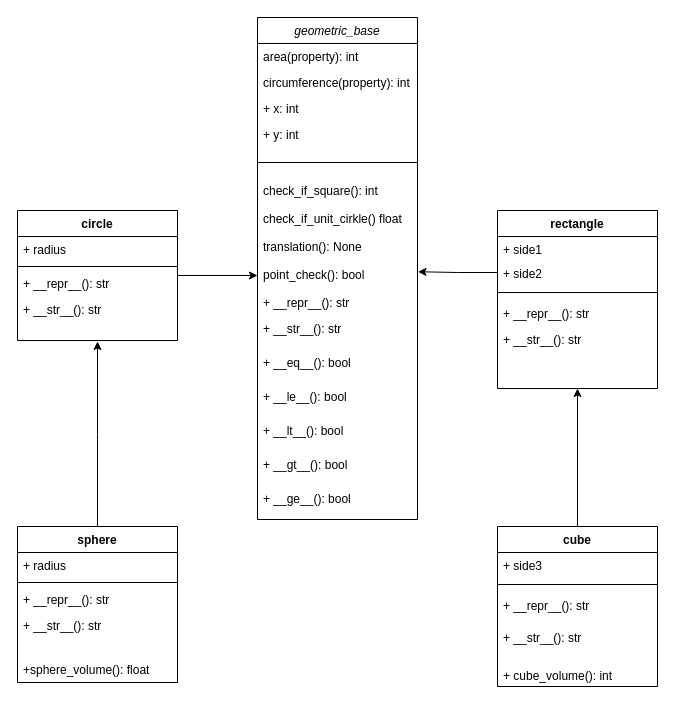
Above: Labs/Untitled Diagram.drawio in koop46/Python_Alejandro_Martinez (draw.io), before the change. Source tidied: cells renumbered, new cells numbered last; positions are measured from the earlier drawing's top-left corner, leaving out a move shared by most shapes. Both pictures are drawn from the tidied source at 100%, with x=0, y=0 at pixel (17, 17).
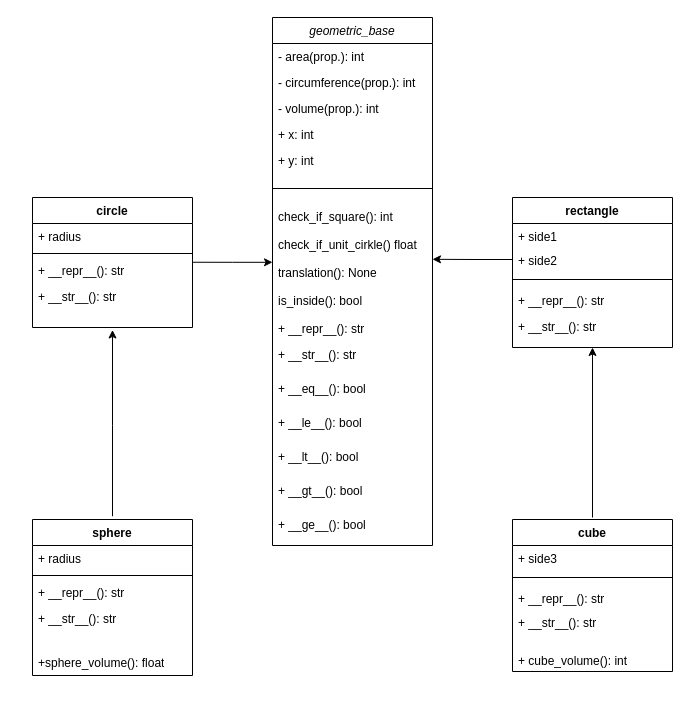
Above is the later version.

The change refers to these unchanged cells:
```xml
<mxCell id="21" value="+ side2" style="text;strokeColor=none;fillColor=none;align=left;verticalAlign=top;spacingLeft=4;spacingRight=4;overflow=hidden;points=[[0,0.5],[1,0.5]];portConstraint=eastwest;whiteSpace=wrap;html=1;" parent="19" vertex="1">
  <mxGeometry y="50" width="160" height="24" as="geometry" />
</mxCell>
<mxCell id="29" value="+ __repr__(): str" style="text;strokeColor=none;fillColor=none;align=left;verticalAlign=top;spacingLeft=4;spacingRight=4;overflow=hidden;points=[[0,0.5],[1,0.5]];portConstraint=eastwest;whiteSpace=wrap;html=1;" parent="26" vertex="1">
  <mxGeometry y="60" width="160" height="26" as="geometry" />
</mxCell>
```

Change to the diagram source:
```diff
@@
     <mxCell id="2" value="geometric_base&#10;" style="swimlane;fontStyle=2;align=center;verticalAlign=top;horizontal=1;startSize=26;rounded=0;shadow=0;strokeWidth=1;" parent="1" vertex="1">
-      <mxGeometry x="240" width="160" height="502" as="geometry" />
+      <mxGeometry x="255" width="160" height="528" as="geometry" />
     </mxCell>
-    <mxCell id="3" value="area(property): int" style="text;align=left;verticalAlign=top;spacingLeft=4;spacingRight=4;overflow=hidden;" parent="2" vertex="1">
+    <mxCell id="3" value="- area(prop.): int" style="text;align=left;verticalAlign=top;spacingLeft=4;spacingRight=4;overflow=hidden;" parent="2" vertex="1">
       <mxGeometry y="26" width="160" height="26" as="geometry" />
     </mxCell>
-    <mxCell id="4" value="circumference(property): int" style="text;align=left;verticalAlign=top;spacingLeft=4;spacingRight=4;overflow=hidden;rounded=0;shadow=0;html=0;" parent="2" vertex="1">
+    <mxCell id="4" value="- circumference(prop.): int" style="text;align=left;verticalAlign=top;spacingLeft=4;spacingRight=4;overflow=hidden;rounded=0;shadow=0;html=0;" parent="2" vertex="1">
       <mxGeometry y="52" width="160" height="26" as="geometry" />
     </mxCell>
+    <mxCell id="46" value="- volume(prop.): int" style="text;align=left;verticalAlign=top;spacingLeft=4;spacingRight=4;overflow=hidden;rounded=0;shadow=0;html=0;" parent="2" vertex="1">
+      <mxGeometry y="78" width="160" height="26" as="geometry" />
+    </mxCell>
     <mxCell id="5" value="+ x: int" style="text;align=left;verticalAlign=top;spacingLeft=4;spacingRight=4;overflow=hidden;rounded=0;shadow=0;html=0;" parent="2" vertex="1">
-      <mxGeometry y="78" width="160" height="26" as="geometry" />
+      <mxGeometry y="104" width="160" height="26" as="geometry" />
     </mxCell>
     <mxCell id="6" value="+ y: int" style="text;align=left;verticalAlign=top;spacingLeft=4;spacingRight=4;overflow=hidden;rounded=0;shadow=0;html=0;" parent="2" vertex="1">
-      <mxGeometry y="104" width="160" height="26" as="geometry" />
+      <mxGeometry y="130" width="160" height="26" as="geometry" />
     </mxCell>
     <mxCell id="7" style="line;html=1;strokeWidth=1;align=left;verticalAlign=middle;spacingTop=-1;spacingLeft=3;spacingRight=3;labelPosition=right;" parent="2" vertex="1">
-      <mxGeometry y="130" width="160" height="30" as="geometry" />
+      <mxGeometry y="156" width="160" height="30" as="geometry" />
     </mxCell>
     <mxCell id="8" value="check_if_square(): int" style="text;align=left;verticalAlign=top;spacingLeft=4;spacingRight=4;overflow=hidden;" parent="2" vertex="1">
-      <mxGeometry y="160" width="160" height="28" as="geometry" />
+      <mxGeometry y="186" width="160" height="28" as="geometry" />
     </mxCell>
     <mxCell id="9" value="check_if_unit_cirkle() float" style="text;align=left;verticalAlign=top;spacingLeft=4;spacingRight=4;overflow=hidden;" parent="2" vertex="1">
-      <mxGeometry y="188" width="160" height="28" as="geometry" />
+      <mxGeometry y="214" width="160" height="28" as="geometry" />
     </mxCell>
     <mxCell id="10" value="translation(): None" style="text;align=left;verticalAlign=top;spacingLeft=4;spacingRight=4;overflow=hidden;" parent="2" vertex="1">
-      <mxGeometry y="216" width="160" height="28" as="geometry" />
+      <mxGeometry y="242" width="160" height="28" as="geometry" />
     </mxCell>
-    <mxCell id="11" value="point_check(): bool" style="text;align=left;verticalAlign=top;spacingLeft=4;spacingRight=4;overflow=hidden;points=[[0,0.5],[1,0.5]];portConstraint=eastwest;" parent="2" vertex="1">
-      <mxGeometry y="244" width="160" height="28" as="geometry" />
+    <mxCell id="11" value="is_inside(): bool" style="text;align=left;verticalAlign=top;spacingLeft=4;spacingRight=4;overflow=hidden;points=[[0,0.5],[1,0.5]];portConstraint=eastwest;" parent="2" vertex="1">
+      <mxGeometry y="270" width="160" height="28" as="geometry" />
     </mxCell>
     <mxCell id="12" value="+ __repr__(): str" style="text;strokeColor=none;fillColor=none;align=left;verticalAlign=top;spacingLeft=4;spacingRight=4;overflow=hidden;whiteSpace=wrap;html=1;" parent="2" vertex="1">
-      <mxGeometry y="272" width="160" height="26" as="geometry" />
+      <mxGeometry y="298" width="160" height="26" as="geometry" />
     </mxCell>
     <mxCell id="13" value="+ __str__(): str" style="text;strokeColor=none;fillColor=none;align=left;verticalAlign=top;spacingLeft=4;spacingRight=4;overflow=hidden;whiteSpace=wrap;html=1;" parent="2" vertex="1">
-      <mxGeometry y="298" width="160" height="34" as="geometry" />
+      <mxGeometry y="324" width="160" height="34" as="geometry" />
     </mxCell>
     <mxCell id="14" value="+ __eq__(): bool" style="text;strokeColor=none;fillColor=none;align=left;verticalAlign=top;spacingLeft=4;spacingRight=4;overflow=hidden;whiteSpace=wrap;html=1;" parent="2" vertex="1">
-      <mxGeometry y="332" width="160" height="34" as="geometry" />
+      <mxGeometry y="358" width="160" height="34" as="geometry" />
     </mxCell>
     <mxCell id="15" value="+ __le__(): bool" style="text;strokeColor=none;fillColor=none;align=left;verticalAlign=top;spacingLeft=4;spacingRight=4;overflow=hidden;whiteSpace=wrap;html=1;" parent="2" vertex="1">
-      <mxGeometry y="366" width="160" height="34" as="geometry" />
+      <mxGeometry y="392" width="160" height="34" as="geometry" />
     </mxCell>
     <mxCell id="16" value="+ __lt__(): bool" style="text;strokeColor=none;fillColor=none;align=left;verticalAlign=top;spacingLeft=4;spacingRight=4;overflow=hidden;whiteSpace=wrap;html=1;" parent="2" vertex="1">
-      <mxGeometry y="400" width="160" height="34" as="geometry" />
+      <mxGeometry y="426" width="160" height="34" as="geometry" />
     </mxCell>
     <mxCell id="17" value="+ __gt__(): bool" style="text;strokeColor=none;fillColor=none;align=left;verticalAlign=top;spacingLeft=4;spacingRight=4;overflow=hidden;whiteSpace=wrap;html=1;" parent="2" vertex="1">
-      <mxGeometry y="434" width="160" height="34" as="geometry" />
+      <mxGeometry y="460" width="160" height="34" as="geometry" />
     </mxCell>
     <mxCell id="18" value="+ __ge__(): bool" style="text;strokeColor=none;fillColor=none;align=left;verticalAlign=top;spacingLeft=4;spacingRight=4;overflow=hidden;whiteSpace=wrap;html=1;" parent="2" vertex="1">
-      <mxGeometry y="468" width="160" height="34" as="geometry" />
+      <mxGeometry y="494" width="160" height="34" as="geometry" />
     </mxCell>
     <mxCell id="19" value="rectangle" style="swimlane;fontStyle=1;align=center;verticalAlign=top;horizontal=1;startSize=26;whiteSpace=wrap;html=1;" parent="1" vertex="1">
-      <mxGeometry x="480" y="193" width="160" height="178" as="geometry" />
+      <mxGeometry x="495" y="180" width="160" height="150" as="geometry" />
     </mxCell>
@@
     <mxCell id="24" value="+ __str__(): str" style="text;strokeColor=none;fillColor=none;align=left;verticalAlign=top;spacingLeft=4;spacingRight=4;overflow=hidden;points=[[0,0.5],[1,0.5]];portConstraint=eastwest;whiteSpace=wrap;html=1;" parent="19" vertex="1">
-      <mxGeometry y="116" width="160" height="62" as="geometry" />
+      <mxGeometry y="116" width="160" height="34" as="geometry" />
     </mxCell>
-    <mxCell id="25" style="edgeStyle=orthogonalEdgeStyle;rounded=0;jettySize=auto;html=1;entryX=0;entryY=0.5;entryDx=0;entryDy=0;" parent="1" edge="1" source="26" target="11">
-      <mxGeometry relative="1" as="geometry" />
+    <mxCell id="25" style="edgeStyle=orthogonalEdgeStyle;rounded=0;jettySize=auto;html=1;exitX=1;exitY=0.183;exitDx=0;exitDy=0;exitPerimeter=0;" parent="1" edge="1" source="29">
+      <mxGeometry relative="1" as="geometry">
+        <mxPoint x="255" y="244.8" as="targetPoint" />
+      </mxGeometry>
     </mxCell>
     <mxCell id="26" value="circle&lt;br&gt;" style="swimlane;fontStyle=1;align=center;verticalAlign=top;horizontal=1;startSize=26;whiteSpace=wrap;html=1;" parent="1" vertex="1">
-      <mxGeometry y="193" width="160" height="130" as="geometry" />
+      <mxGeometry x="15" y="180" width="160" height="130" as="geometry" />
     </mxCell>
@@
-    <mxCell id="31" style="edgeStyle=orthogonalEdgeStyle;rounded=0;jettySize=auto;html=1;entryX=0.5;entryY=1;entryDx=0;entryDy=0;entryPerimeter=0;" parent="1" edge="1" source="32" target="24">
+    <mxCell id="31" style="edgeStyle=orthogonalEdgeStyle;rounded=0;jettySize=auto;html=1;entryX=0.5;entryY=1;entryDx=0;entryDy=0;entryPerimeter=0;exitX=0.5;exitY=-0.013;exitDx=0;exitDy=0;exitPerimeter=0;" parent="1" edge="1" source="32" target="24">
       <mxGeometry relative="1" as="geometry" />
     </mxCell>
     <mxCell id="32" value="cube" style="swimlane;fontStyle=1;align=center;verticalAlign=top;horizontal=1;startSize=26;whiteSpace=wrap;html=1;" parent="1" vertex="1">
-      <mxGeometry x="480" y="509" width="160" height="160" as="geometry" />
+      <mxGeometry x="495" y="502" width="160" height="152" as="geometry" />
     </mxCell>
@@
     <mxCell id="35" value="+ __repr__(): str" style="text;strokeColor=none;fillColor=none;align=left;verticalAlign=top;spacingLeft=4;spacingRight=4;overflow=hidden;whiteSpace=wrap;html=1;" parent="32" vertex="1">
-      <mxGeometry y="66" width="160" height="32" as="geometry" />
+      <mxGeometry y="66" width="160" height="24" as="geometry" />
     </mxCell>
     <mxCell id="36" value="+ __str__(): str" style="text;strokeColor=none;fillColor=none;align=left;verticalAlign=top;spacingLeft=4;spacingRight=4;overflow=hidden;whiteSpace=wrap;html=1;" parent="32" vertex="1">
-      <mxGeometry y="98" width="160" height="38" as="geometry" />
+      <mxGeometry y="90" width="160" height="38" as="geometry" />
     </mxCell>
     <mxCell id="37" value="+ cube_volume(): int" style="text;strokeColor=none;fillColor=none;align=left;verticalAlign=top;spacingLeft=4;spacingRight=4;overflow=hidden;whiteSpace=wrap;html=1;" parent="32" vertex="1">
-      <mxGeometry y="136" width="160" height="24" as="geometry" />
+      <mxGeometry y="128" width="160" height="24" as="geometry" />
     </mxCell>
-    <mxCell id="38" style="edgeStyle=orthogonalEdgeStyle;rounded=0;jettySize=auto;html=1;" parent="1" edge="1" source="39">
+    <mxCell id="38" style="edgeStyle=orthogonalEdgeStyle;rounded=0;jettySize=auto;html=1;exitX=0.5;exitY=-0.021;exitDx=0;exitDy=0;exitPerimeter=0;" parent="1" edge="1" source="39">
       <mxGeometry relative="1" as="geometry">
-        <mxPoint x="80" y="324" as="targetPoint" />
+        <mxPoint x="95" y="312.5" as="targetPoint" />
       </mxGeometry>
     </mxCell>
     <mxCell id="39" value="sphere" style="swimlane;fontStyle=1;align=center;verticalAlign=top;horizontal=1;startSize=26;whiteSpace=wrap;html=1;" parent="1" vertex="1">
-      <mxGeometry y="509" width="160" height="156" as="geometry" />
+      <mxGeometry x="15" y="502" width="160" height="156" as="geometry" />
     </mxCell>
@@
-    <mxCell id="45" style="edgeStyle=orthogonalEdgeStyle;rounded=0;jettySize=auto;html=1;entryX=1.003;entryY=0.366;entryDx=0;entryDy=0;entryPerimeter=0;" parent="1" edge="1" source="21" target="11">
-      <mxGeometry relative="1" as="geometry" />
-    </mxCell>
+    <mxCell id="47" style="edgeStyle=orthogonalEdgeStyle;rounded=0;jettySize=auto;html=1;exitX=0;exitY=0.5;exitDx=0;exitDy=0;" parent="1" edge="1" source="21">
+      <mxGeometry relative="1" as="geometry">
+        <mxPoint x="415" y="241.8" as="targetPoint" />
+      </mxGeometry>
+    </mxCell>
```
